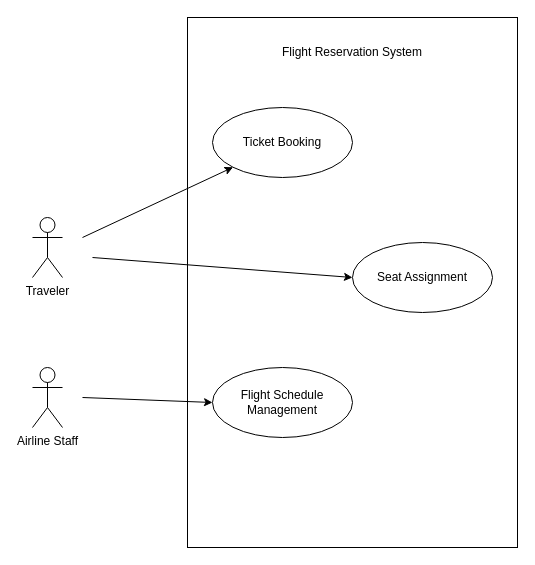
The draw.io diagram exercise/uml/submission/sec01/wei2030/Use Case 3.drawio in drshahizan/software-engineering, before the edit. Source tidied: cells renumbered, new cells numbered last; positions are measured from the earlier drawing's top-left corner, leaving out a move shared by most shapes. Both pictures are drawn from the tidied source at 100%, with x=0, y=0 at pixel (32, 17).
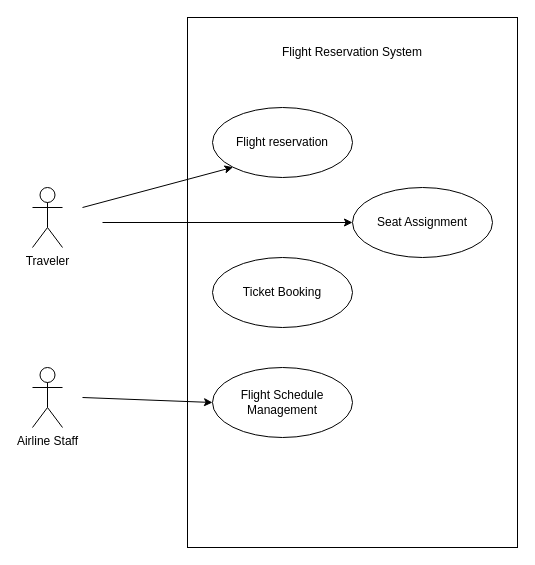
The same diagram, later.

The edit, as a diff of the source:
```diff
@@
 <mxGraphModel>
   <root>
     <mxCell id="0" />
     <mxCell id="1" parent="0" />
     <mxCell id="2" style="html=1;" parent="1" vertex="1">
       <mxGeometry x="155" width="330" height="530" as="geometry" />
     </mxCell>
-    <mxCell id="3" value="Ticket Booking" style="ellipse;whiteSpace=wrap;html=1;" parent="1" vertex="1">
+    <mxCell id="3" value="Flight reservation" style="ellipse;whiteSpace=wrap;html=1;" parent="1" vertex="1">
       <mxGeometry x="180" y="90" width="140" height="70" as="geometry" />
     </mxCell>
     <mxCell id="4" value="Flight Reservation System" style="text;html=1;strokeColor=none;fillColor=none;align=center;verticalAlign=middle;whiteSpace=wrap;rounded=0;" parent="1" vertex="1">
       <mxGeometry x="240" y="20" width="160" height="30" as="geometry" />
     </mxCell>
     <mxCell id="5" value="Seat Assignment" style="ellipse;whiteSpace=wrap;html=1;" parent="1" vertex="1">
-      <mxGeometry x="320" y="225" width="140" height="70" as="geometry" />
+      <mxGeometry x="320" y="170" width="140" height="70" as="geometry" />
     </mxCell>
     <mxCell id="6" value="Flight Schedule Management" style="ellipse;whiteSpace=wrap;html=1;" parent="1" vertex="1">
       <mxGeometry x="180" y="350" width="140" height="70" as="geometry" />
     </mxCell>
     <mxCell id="7" value="Traveler" style="shape=umlActor;verticalLabelPosition=bottom;verticalAlign=top;html=1;" parent="1" vertex="1">
-      <mxGeometry y="200" width="30" height="60" as="geometry" />
+      <mxGeometry y="170" width="30" height="60" as="geometry" />
     </mxCell>
     <mxCell id="8" value="Airline Staff" style="shape=umlActor;verticalLabelPosition=bottom;verticalAlign=top;html=1;" parent="1" vertex="1">
       <mxGeometry y="350" width="30" height="60" as="geometry" />
     </mxCell>
     <mxCell id="9" style="endArrow=classic;html=1;entryX=0;entryY=1;entryDx=0;entryDy=0;" parent="1" edge="1" target="3">
       <mxGeometry relative="1" as="geometry">
-        <mxPoint x="50" y="220" as="sourcePoint" />
+        <mxPoint x="50" y="190" as="sourcePoint" />
       </mxGeometry>
     </mxCell>
     <mxCell id="10" style="endArrow=classic;html=1;entryX=0;entryY=0.5;entryDx=0;entryDy=0;" parent="1" edge="1" target="5">
       <mxGeometry relative="1" as="geometry">
-        <mxPoint x="60" y="240" as="sourcePoint" />
+        <mxPoint x="70" y="205" as="sourcePoint" />
       </mxGeometry>
     </mxCell>
     <mxCell id="11" style="endArrow=classic;html=1;entryX=0;entryY=0.5;entryDx=0;entryDy=0;" parent="1" edge="1" target="6">
       <mxGeometry relative="1" as="geometry">
         <mxPoint x="50" y="380" as="sourcePoint" />
       </mxGeometry>
     </mxCell>
+    <mxCell id="12" value="Ticket Booking" style="ellipse;whiteSpace=wrap;html=1;" parent="1" vertex="1">
+      <mxGeometry x="180" y="240" width="140" height="70" as="geometry" />
+    </mxCell>
   </root>
 </mxGraphModel>
```
